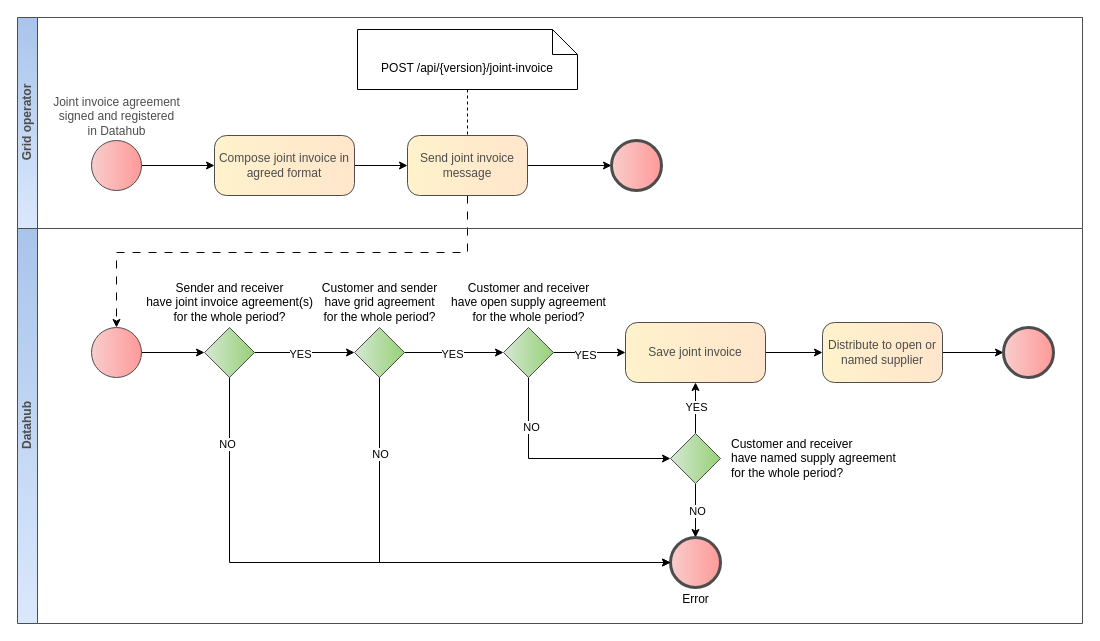
The draw.io diagram page "Add joint invoice" (1 of 2) of diagrams/joint-invoice/joint-invoice.drawio in Elering/estfeed-datahub-docs, before the edit. Source tidied: cells renumbered, new cells numbered last; positions are measured from the earlier drawing's top-left corner, leaving out a move shared by most shapes. Both pictures are drawn from the tidied source at 100%, with x=0, y=0 at pixel (17, 17).
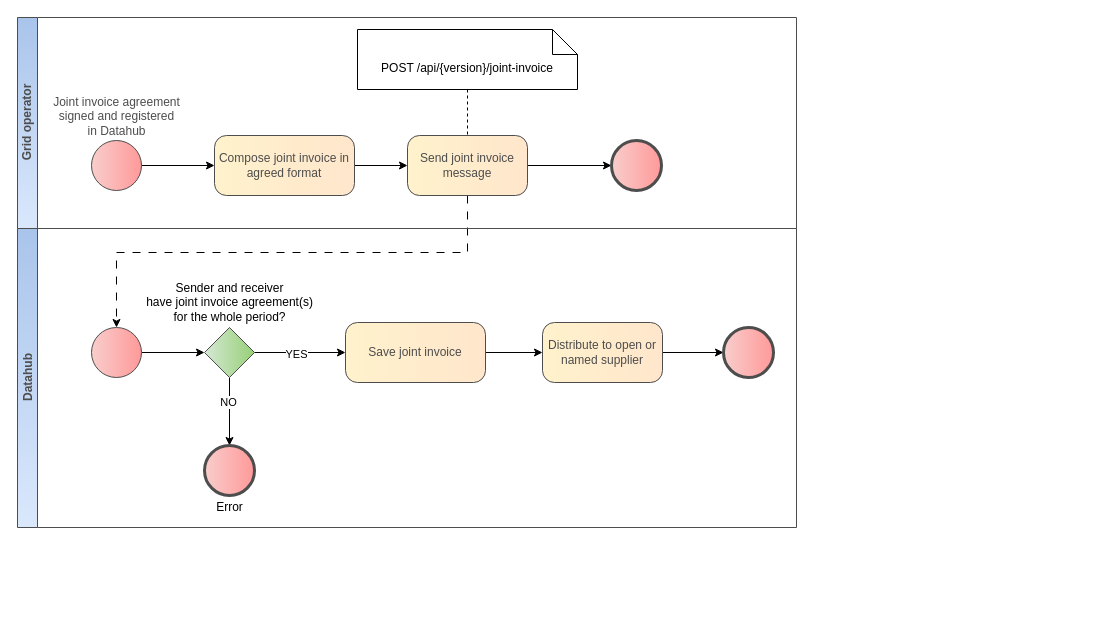
Above is the later version.

The change refers to these unchanged cells:
```xml
<mxCell id="16" value="Sender and receiver&lt;br&gt;have joint invoice agreement(s)&lt;br&gt;for the whole period?" style="points=[[0.25,0.25,0],[0.5,0,0],[0.75,0.25,0],[1,0.5,0],[0.75,0.75,0],[0.5,1,0],[0.25,0.75,0],[0,0.5,0]];shape=mxgraph.bpmn.gateway2;html=1;verticalLabelPosition=top;labelBackgroundColor=#ffffff;verticalAlign=middle;align=center;perimeter=rhombusPerimeter;outlineConnect=0;outline=none;symbol=none;fontFamily=Helvetica;fontSize=12;fontColor=#000000;fillColor=#D5E8D4;strokeColor=#4D4D4D;rounded=0;shadow=0;gradientColor=#97D077;gradientDirection=east;spacing=0;labelPosition=center;" parent="1" vertex="1">
  <mxGeometry x="187" y="310" width="50" height="50" as="geometry" />
</mxCell>
```

The edit, as a diff of the source:
```diff
@@
-    <mxCell id="14" style="edgeStyle=orthogonalEdgeStyle;rounded=0;jettySize=auto;html=1;" parent="1" edge="1" source="16" target="19">
+    <mxCell id="14" style="edgeStyle=orthogonalEdgeStyle;rounded=0;jettySize=auto;html=1;" parent="1" edge="1" source="16" target="31">
       <mxGeometry relative="1" as="geometry" />
     </mxCell>
@@
+    <mxCell id="33" style="edgeStyle=orthogonalEdgeStyle;rounded=0;jettySize=auto;html=1;" parent="1" edge="1" source="16" target="32">
+      <mxGeometry relative="1" as="geometry" />
+    </mxCell>
+    <mxCell id="42" value="NO" style="edgeLabel;html=1;align=center;verticalAlign=middle;" parent="33" vertex="1">
+      <mxGeometry x="-0.28" y="-2" relative="1" as="geometry" />
+    </mxCell>
@@
-    <mxCell id="17" style="edgeStyle=orthogonalEdgeStyle;rounded=0;jettySize=auto;html=1;" parent="1" edge="1" source="19" target="24">
-      <mxGeometry relative="1" as="geometry" />
-    </mxCell>
-    <mxCell id="18" value="YES" style="edgeLabel;html=1;align=center;verticalAlign=middle;" parent="17" vertex="1">
-      <mxGeometry x="-0.06" relative="1" as="geometry">
-        <mxPoint y="1" as="offset" />
-      </mxGeometry>
-    </mxCell>
-    <mxCell id="19" value="Customer and sender&lt;br&gt;have grid agreement&lt;br&gt;for the whole period?" style="points=[[0.25,0.25,0],[0.5,0,0],[0.75,0.25,0],[1,0.5,0],[0.75,0.75,0],[0.5,1,0],[0.25,0.75,0],[0,0.5,0]];shape=mxgraph.bpmn.gateway2;html=1;verticalLabelPosition=top;labelBackgroundColor=#ffffff;verticalAlign=middle;align=center;perimeter=rhombusPerimeter;outlineConnect=0;outline=none;symbol=none;fontFamily=Helvetica;fontSize=12;fontColor=#000000;fillColor=#D5E8D4;strokeColor=#4D4D4D;rounded=0;shadow=0;gradientColor=#97D077;gradientDirection=east;spacing=0;labelPosition=center;" parent="1" vertex="1">
-      <mxGeometry x="337" y="310" width="50" height="50" as="geometry" />
-    </mxCell>
-    <mxCell id="20" style="edgeStyle=orthogonalEdgeStyle;rounded=0;jettySize=auto;html=1;" parent="1" edge="1" source="24" target="31">
-      <mxGeometry relative="1" as="geometry" />
-    </mxCell>
-    <mxCell id="21" value="YES" style="edgeLabel;html=1;align=center;verticalAlign=middle;" parent="20" vertex="1">
-      <mxGeometry x="-0.14" y="-1" relative="1" as="geometry">
-        <mxPoint y="1" as="offset" />
-      </mxGeometry>
-    </mxCell>
-    <mxCell id="22" style="edgeStyle=orthogonalEdgeStyle;rounded=0;jettySize=auto;html=1;" parent="1" edge="1" source="24" target="29">
-      <mxGeometry relative="1" as="geometry">
-        <Array as="points">
-          <mxPoint x="511" y="441" />
-        </Array>
-      </mxGeometry>
-    </mxCell>
-    <mxCell id="23" value="NO" style="edgeLabel;html=1;align=center;verticalAlign=middle;" parent="22" vertex="1">
-      <mxGeometry x="-0.57" y="2" relative="1" as="geometry">
-        <mxPoint y="1" as="offset" />
-      </mxGeometry>
-    </mxCell>
-    <mxCell id="24" value="Customer and receiver&lt;br&gt;have open supply agreement&lt;br&gt;for the whole period?" style="points=[[0.25,0.25,0],[0.5,0,0],[0.75,0.25,0],[1,0.5,0],[0.75,0.75,0],[0.5,1,0],[0.25,0.75,0],[0,0.5,0]];shape=mxgraph.bpmn.gateway2;html=1;verticalLabelPosition=top;labelBackgroundColor=#ffffff;verticalAlign=middle;align=center;perimeter=rhombusPerimeter;outlineConnect=0;outline=none;symbol=none;fontFamily=Helvetica;fontSize=12;fontColor=#000000;fillColor=#D5E8D4;strokeColor=#4D4D4D;rounded=0;shadow=0;gradientColor=#97D077;gradientDirection=east;spacing=0;labelPosition=center;" parent="1" vertex="1">
-      <mxGeometry x="486" y="310" width="50" height="50" as="geometry" />
-    </mxCell>
-    <mxCell id="25" style="edgeStyle=orthogonalEdgeStyle;rounded=0;jettySize=auto;html=1;" parent="1" edge="1" source="29" target="31">
-      <mxGeometry relative="1" as="geometry" />
-    </mxCell>
-    <mxCell id="26" value="YES" style="edgeLabel;html=1;align=center;verticalAlign=middle;" parent="25" vertex="1">
-      <mxGeometry x="0.05" relative="1" as="geometry" />
-    </mxCell>
-    <mxCell id="27" style="edgeStyle=orthogonalEdgeStyle;rounded=0;jettySize=auto;html=1;" parent="1" edge="1" source="29" target="32">
-      <mxGeometry relative="1" as="geometry" />
-    </mxCell>
-    <mxCell id="28" value="NO" style="edgeLabel;html=1;align=center;verticalAlign=middle;" parent="27" vertex="1">
-      <mxGeometry y="1" relative="1" as="geometry" />
-    </mxCell>
-    <mxCell id="29" value="Customer and receiver&lt;br style=&quot;border-color: var(--border-color);&quot;&gt;have named supply agreement&lt;br style=&quot;border-color: var(--border-color);&quot;&gt;for the whole period?" style="points=[[0.25,0.25,0],[0.5,0,0],[0.75,0.25,0],[1,0.5,0],[0.75,0.75,0],[0.5,1,0],[0.25,0.75,0],[0,0.5,0]];shape=mxgraph.bpmn.gateway2;html=1;verticalLabelPosition=middle;labelBackgroundColor=#ffffff;verticalAlign=middle;align=left;perimeter=rhombusPerimeter;outlineConnect=0;outline=none;symbol=none;fontFamily=Helvetica;fontSize=12;fontColor=#000000;fillColor=#D5E8D4;strokeColor=#4D4D4D;rounded=0;shadow=0;gradientColor=#97D077;gradientDirection=east;spacing=0;labelPosition=right;spacingLeft=11;" parent="1" vertex="1">
-      <mxGeometry x="653" y="416" width="50" height="50" as="geometry" />
-    </mxCell>
@@
     <mxCell id="31" value="Save joint invoice" style="rounded=1;whiteSpace=wrap;html=1;arcSize=20;fillColor=#fff2cc;strokeColor=#4D4D4D;shadow=0;fontColor=#4D4D4D;gradientColor=#FFE6CC;gradientDirection=east;glass=0;backgroundOutline=0;enumerate=0;labelBackgroundColor=none;labelBorderColor=none;strokeWidth=1;" parent="1" vertex="1">
-      <mxGeometry x="608" y="305" width="140" height="60" as="geometry" />
+      <mxGeometry x="328" y="305" width="140" height="60" as="geometry" />
     </mxCell>
-    <mxCell id="32" value="Error" style="points=[[0.145,0.145,0],[0.5,0,0],[0.855,0.145,0],[1,0.5,0],[0.855,0.855,0],[0.5,1,0],[0.145,0.855,0],[0,0.5,0]];shape=mxgraph.bpmn.event;html=1;verticalLabelPosition=bottom;labelBackgroundColor=#ffffff;verticalAlign=top;align=center;perimeter=ellipsePerimeter;outlineConnect=0;outline=end;symbol=terminate2;fontFamily=Helvetica;fontSize=12;fontColor=#000000;fillColor=#f8cecc;strokeColor=#4D4D4D;rounded=1;shadow=0;strokeWidth=1;gradientColor=#FF9999;gradientDirection=east;spacing=0;spacingTop=0;spacingLeft=0;spacingBottom=0;labelPosition=center;" parent="1" vertex="1">
-      <mxGeometry x="653" y="520" width="50" height="50" as="geometry" />
-    </mxCell>
-    <mxCell id="33" style="edgeStyle=orthogonalEdgeStyle;rounded=0;jettySize=auto;html=1;entryX=0;entryY=0.5;entryDx=0;entryDy=0;entryPerimeter=0;" parent="1" edge="1" source="16" target="32">
-      <mxGeometry relative="1" as="geometry">
-        <Array as="points">
-          <mxPoint x="212" y="545" />
-        </Array>
-      </mxGeometry>
-    </mxCell>
-    <mxCell id="34" value="NO" style="edgeLabel;html=1;align=center;verticalAlign=middle;" parent="33" vertex="1">
-      <mxGeometry x="-0.79" y="-3" relative="1" as="geometry" />
-    </mxCell>
-    <mxCell id="35" style="edgeStyle=orthogonalEdgeStyle;rounded=0;jettySize=auto;html=1;entryX=0;entryY=0.5;entryDx=0;entryDy=0;entryPerimeter=0;" parent="1" edge="1" source="19" target="32">
-      <mxGeometry relative="1" as="geometry">
-        <Array as="points">
-          <mxPoint x="362" y="545" />
-        </Array>
-      </mxGeometry>
-    </mxCell>
-    <mxCell id="36" value="NO" style="edgeLabel;html=1;align=center;verticalAlign=middle;" parent="35" vertex="1">
-      <mxGeometry x="-0.68" relative="1" as="geometry" />
-    </mxCell>
@@
     <mxCell id="38" value="Distribute to open or named supplier" style="whiteSpace=wrap;html=1;fillColor=#fff2cc;strokeColor=#4D4D4D;fontColor=#4D4D4D;rounded=1;arcSize=20;shadow=0;gradientColor=#FFE6CC;gradientDirection=east;glass=0;labelBackgroundColor=none;labelBorderColor=none;strokeWidth=1;" parent="1" vertex="1">
-      <mxGeometry x="805" y="305" width="120" height="60" as="geometry" />
+      <mxGeometry x="525" y="305" width="120" height="60" as="geometry" />
     </mxCell>
     <mxCell id="39" style="points=[[0.145,0.145,0],[0.5,0,0],[0.855,0.145,0],[1,0.5,0],[0.855,0.855,0],[0.5,1,0],[0.145,0.855,0],[0,0.5,0]];shape=mxgraph.bpmn.event;html=1;verticalLabelPosition=top;labelBackgroundColor=#ffffff;verticalAlign=middle;align=center;perimeter=ellipsePerimeter;outlineConnect=0;outline=end;symbol=terminate2;fontFamily=Helvetica;fontSize=12;fontColor=#000000;fillColor=#f8cecc;strokeColor=#4D4D4D;rounded=1;shadow=0;strokeWidth=1;gradientColor=#FF9999;gradientDirection=east;spacing=0;spacingTop=0;spacingLeft=0;spacingBottom=0;labelPosition=center;" parent="1" vertex="1">
-      <mxGeometry x="986" y="310" width="50" height="50" as="geometry" />
+      <mxGeometry x="706" y="310" width="50" height="50" as="geometry" />
     </mxCell>
     <mxCell id="40" value="Grid operator" style="swimlane;html=1;horizontal=0;startSize=20;strokeColor=#4D4D4D;fillColor=#dae8fc;fontColor=#4D4D4D;gradientColor=#A9C4EB;gradientDirection=north;rotation=0;" parent="1" vertex="1">
-      <mxGeometry width="1065" height="211" as="geometry" />
+      <mxGeometry width="779" height="211" as="geometry" />
     </mxCell>
     <mxCell id="41" value="Datahub" style="swimlane;html=1;horizontal=0;startSize=20;strokeColor=#4D4D4D;fillColor=#dae8fc;fontColor=#4D4D4D;gradientColor=#A9C4EB;gradientDirection=north;rotation=0;" parent="1" vertex="1">
-      <mxGeometry y="211" width="1065" height="395" as="geometry" />
+      <mxGeometry y="211" width="779" height="299" as="geometry" />
     </mxCell>
+    <mxCell id="32" value="Error" style="points=[[0.145,0.145,0],[0.5,0,0],[0.855,0.145,0],[1,0.5,0],[0.855,0.855,0],[0.5,1,0],[0.145,0.855,0],[0,0.5,0]];shape=mxgraph.bpmn.event;html=1;verticalLabelPosition=bottom;labelBackgroundColor=#ffffff;verticalAlign=top;align=center;perimeter=ellipsePerimeter;outlineConnect=0;outline=end;symbol=terminate2;fontFamily=Helvetica;fontSize=12;fontColor=#000000;fillColor=#f8cecc;strokeColor=#4D4D4D;rounded=1;shadow=0;strokeWidth=1;gradientColor=#FF9999;gradientDirection=east;spacing=0;spacingTop=0;spacingLeft=0;spacingBottom=0;labelPosition=center;" parent="41" vertex="1">
+      <mxGeometry x="187" y="217" width="50" height="50" as="geometry" />
+    </mxCell>
```
